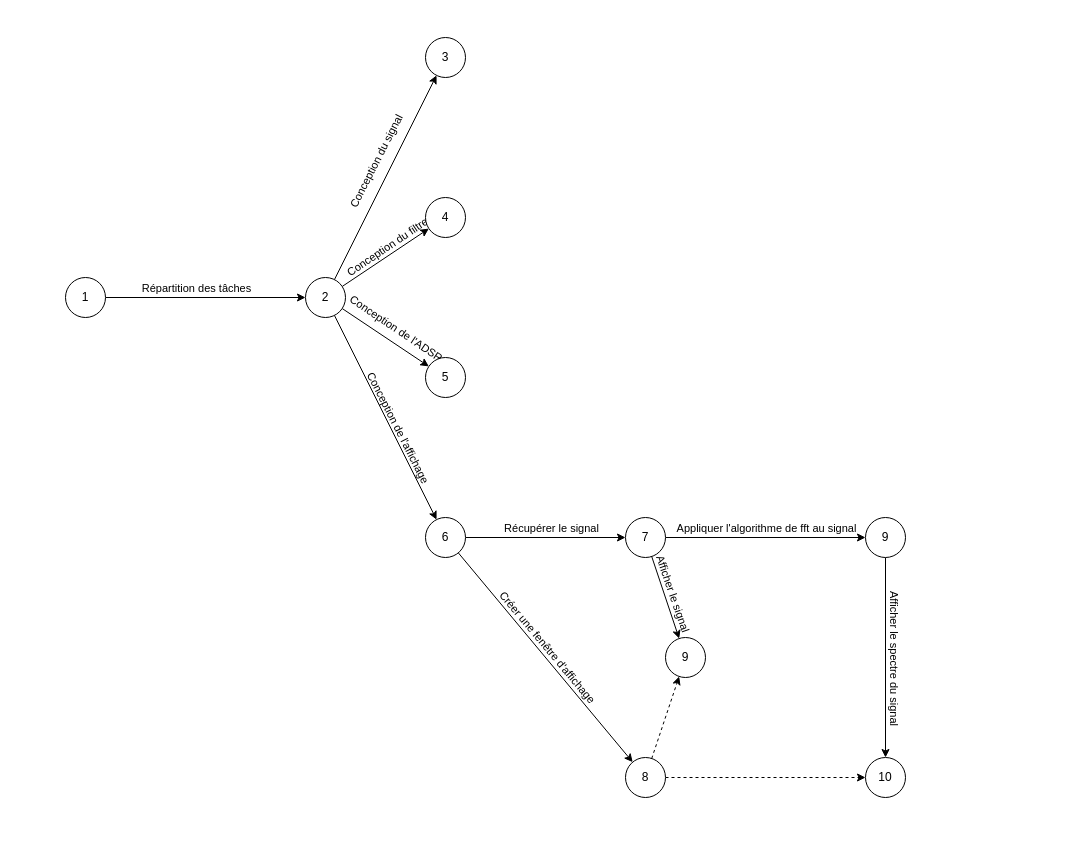
The draw.io diagram diagrams/Diagramme PERT.drawio in YassineSE/CPO_2024_4_Synth_ENIB, before the edit. Source tidied: cells renumbered, new cells numbered last; positions are measured from the earlier drawing's top-left corner, leaving out a move shared by most shapes. Both pictures are drawn from the tidied source at 100%, with x=0, y=0 at pixel (65, 37).
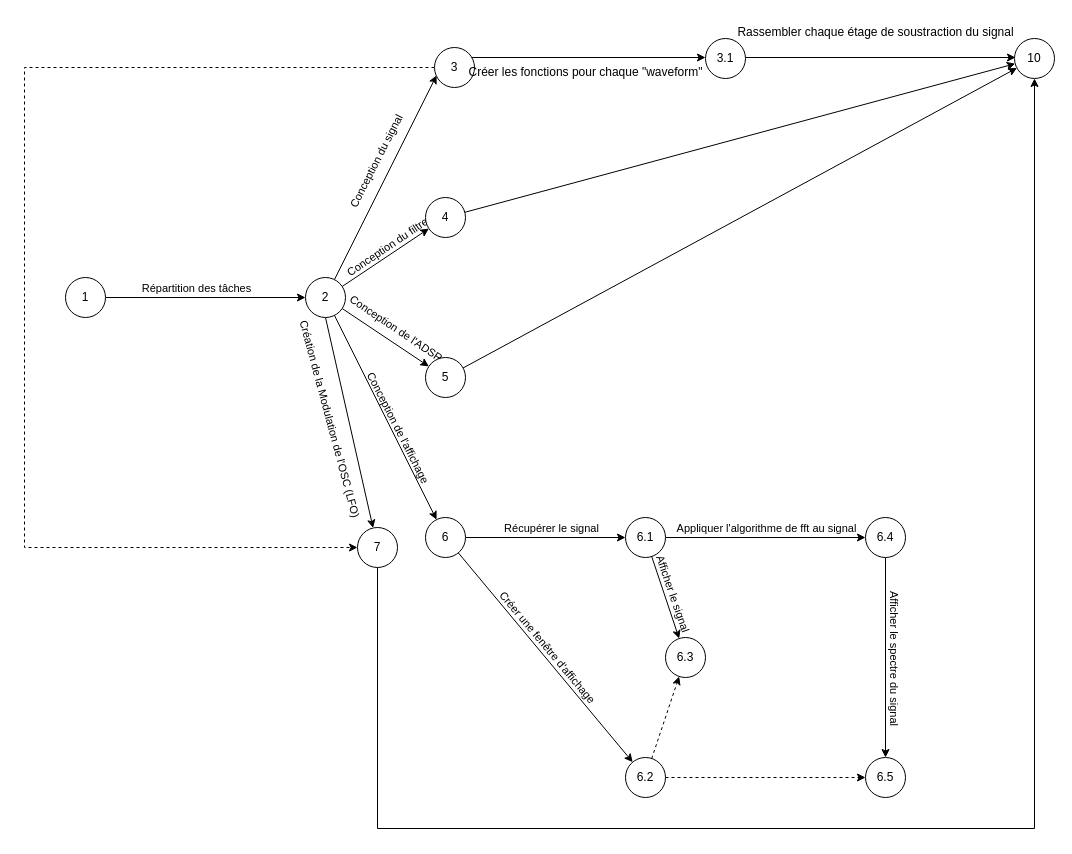
The same page after the edit.

Commit message:
Mettre à jour Diagramme PERT.drawio

Unchanged cells that the change refers to:
```xml
<mxCell id="8" style="edgeStyle=none;rounded=0;jettySize=auto;html=1;" parent="1" edge="1" source="10" target="18">
  <mxGeometry relative="1" as="geometry" />
</mxCell>
<mxCell id="10" value="2" style="ellipse;whiteSpace=wrap;html=1;" parent="1" vertex="1">
  <mxGeometry x="240" y="240" width="40" height="40" as="geometry" />
</mxCell>
<mxCell id="12" value="4" style="ellipse;whiteSpace=wrap;html=1;" parent="1" vertex="1">
  <mxGeometry x="360" y="160" width="40" height="40" as="geometry" />
</mxCell>
<mxCell id="13" value="5" style="ellipse;whiteSpace=wrap;html=1;" parent="1" vertex="1">
  <mxGeometry x="360" y="320" width="40" height="40" as="geometry" />
</mxCell>
```

The edit, as a diff of the source:
```diff
@@
-    <mxCell id="2" style="rounded=0;jettySize=auto;html=1;" parent="1" edge="1" source="10" target="11">
-      <mxGeometry relative="1" as="geometry" />
+    <mxCell id="2" style="rounded=0;jettySize=auto;html=1;" parent="1" edge="1" source="10">
+      <mxGeometry relative="1" as="geometry">
+        <mxPoint x="371.1" y="37.9" as="targetPoint" />
+      </mxGeometry>
     </mxCell>
@@
+    <mxCell id="35" value="Création de la Modulation de l'OSC (LFO)" style="edgeLabel;html=1;align=center;verticalAlign=middle;rotation=75;labelBackgroundColor=none;" parent="8" vertex="1">
+      <mxGeometry x="0.22" y="2" relative="1" as="geometry">
+        <mxPoint x="-68" y="-21" as="offset" />
+      </mxGeometry>
+    </mxCell>
+    <mxCell id="36" style="rounded=0;jettySize=auto;html=1;exitX=0.5;exitY=1;exitDx=0;exitDy=0;" parent="1" edge="1" source="10" target="47">
+      <mxGeometry relative="1" as="geometry" />
+    </mxCell>
@@
+    <mxCell id="37" style="edgeStyle=orthogonalEdgeStyle;rounded=0;orthogonalLoop=1;jettySize=auto;html=1;exitX=1;exitY=0.5;exitDx=0;exitDy=0;entryX=0;entryY=0.5;entryDx=0;entryDy=0;" parent="1" edge="1">
+      <mxGeometry relative="1" as="geometry">
+        <mxPoint x="400" y="20" as="sourcePoint" />
+        <mxPoint x="640" y="20" as="targetPoint" />
+      </mxGeometry>
+    </mxCell>
+    <mxCell id="38" style="edgeStyle=orthogonalEdgeStyle;rounded=0;jettySize=auto;html=1;exitX=0;exitY=0.5;exitDx=0;exitDy=0;entryX=0;entryY=0.5;entryDx=0;entryDy=0;dashed=1;" parent="1" edge="1" source="11" target="47">
+      <mxGeometry relative="1" as="geometry">
+        <Array as="points">
+          <mxPoint x="-41" y="30" />
+          <mxPoint x="-41" y="510" />
+        </Array>
+      </mxGeometry>
+    </mxCell>
     <mxCell id="11" value="3" style="ellipse;whiteSpace=wrap;html=1;" parent="1" vertex="1">
-      <mxGeometry x="360" width="40" height="40" as="geometry" />
+      <mxGeometry x="369" y="10" width="40" height="40" as="geometry" />
     </mxCell>
+    <mxCell id="39" style="rounded=0;jettySize=auto;html=1;" parent="1" edge="1" source="12" target="45">
+      <mxGeometry relative="1" as="geometry" />
+    </mxCell>
@@
+    <mxCell id="40" style="rounded=0;jettySize=auto;html=1;" parent="1" edge="1" source="13" target="45">
+      <mxGeometry relative="1" as="geometry" />
+    </mxCell>
@@
-    <mxCell id="26" value="7" style="ellipse;whiteSpace=wrap;html=1;" parent="1" vertex="1">
+    <mxCell id="26" value="6.1" style="ellipse;whiteSpace=wrap;html=1;" parent="1" vertex="1">
       <mxGeometry x="560" y="480" width="40" height="40" as="geometry" />
     </mxCell>
@@
-    <mxCell id="29" value="8" style="ellipse;whiteSpace=wrap;html=1;" parent="1" vertex="1">
+    <mxCell id="29" value="6.2" style="ellipse;whiteSpace=wrap;html=1;" parent="1" vertex="1">
       <mxGeometry x="560" y="720" width="40" height="40" as="geometry" />
     </mxCell>
-    <mxCell id="30" value="9" style="ellipse;whiteSpace=wrap;html=1;" parent="1" vertex="1">
+    <mxCell id="30" value="6.3" style="ellipse;whiteSpace=wrap;html=1;" parent="1" vertex="1">
       <mxGeometry x="600" y="600" width="40" height="40" as="geometry" />
     </mxCell>
@@
-    <mxCell id="33" value="9" style="ellipse;whiteSpace=wrap;html=1;" parent="1" vertex="1">
+    <mxCell id="33" value="6.4" style="ellipse;whiteSpace=wrap;html=1;" parent="1" vertex="1">
       <mxGeometry x="800" y="480" width="40" height="40" as="geometry" />
     </mxCell>
-    <mxCell id="34" value="10" style="ellipse;whiteSpace=wrap;html=1;" parent="1" vertex="1">
+    <mxCell id="34" value="6.5" style="ellipse;whiteSpace=wrap;html=1;" parent="1" vertex="1">
       <mxGeometry x="800" y="720" width="40" height="40" as="geometry" />
     </mxCell>
+    <mxCell id="41" style="edgeStyle=orthogonalEdgeStyle;rounded=0;orthogonalLoop=1;jettySize=auto;html=1;exitX=1;exitY=0.5;exitDx=0;exitDy=0;entryX=0;entryY=0.5;entryDx=0;entryDy=0;" parent="1" edge="1">
+      <mxGeometry relative="1" as="geometry">
+        <mxPoint x="680" y="20" as="sourcePoint" />
+        <mxPoint x="950" y="20" as="targetPoint" />
+      </mxGeometry>
+    </mxCell>
+    <mxCell id="42" value="3.1" style="ellipse;whiteSpace=wrap;html=1;" parent="1" vertex="1">
+      <mxGeometry x="640" y="1" width="40" height="40" as="geometry" />
+    </mxCell>
+    <mxCell id="43" value="Créer les fonctions pour chaque &quot;waveform&quot;" style="text;html=1;align=center;verticalAlign=middle;strokeColor=none;fillColor=none;" parent="1" vertex="1">
+      <mxGeometry x="390" y="20" width="260" height="30" as="geometry" />
+    </mxCell>
+    <mxCell id="44" value="Rassembler chaque étage de soustraction du signal" style="text;html=1;align=center;verticalAlign=middle;strokeColor=none;fillColor=none;" parent="1" vertex="1">
+      <mxGeometry x="660" y="-20" width="300" height="30" as="geometry" />
+    </mxCell>
+    <mxCell id="45" value="10" style="ellipse;whiteSpace=wrap;html=1;" parent="1" vertex="1">
+      <mxGeometry x="949" y="1" width="40" height="40" as="geometry" />
+    </mxCell>
+    <mxCell id="46" style="edgeStyle=orthogonalEdgeStyle;rounded=0;jettySize=auto;html=1;entryX=0.5;entryY=1;entryDx=0;entryDy=0;" parent="1" edge="1" source="47" target="45">
+      <mxGeometry relative="1" as="geometry">
+        <Array as="points">
+          <mxPoint x="312" y="791" />
+          <mxPoint x="969" y="791" />
+        </Array>
+      </mxGeometry>
+    </mxCell>
+    <mxCell id="47" value="7" style="ellipse;whiteSpace=wrap;html=1;" parent="1" vertex="1">
+      <mxGeometry x="292" y="490" width="40" height="40" as="geometry" />
+    </mxCell>
```
